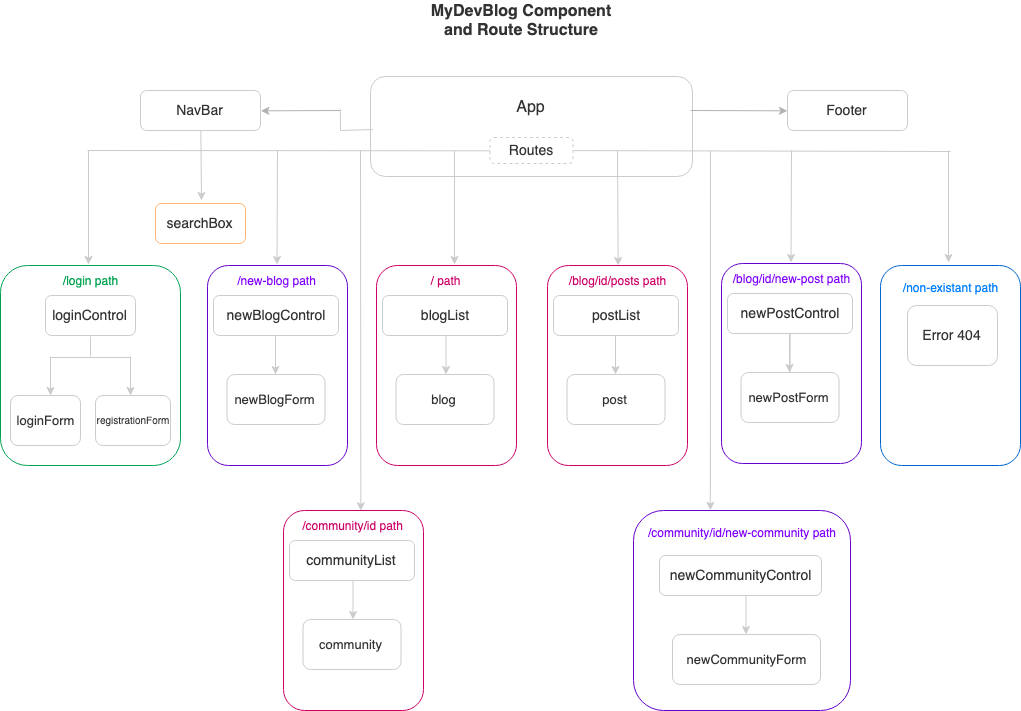
svitlanaf/React-blog keeps this draw.io diagram as component-tree-diagram.png. Above is the earlier version. Source tidied: cells renumbered, new cells last; positions are measured from the earlier drawing's top-left corner, leaving out a move shared by most shapes.
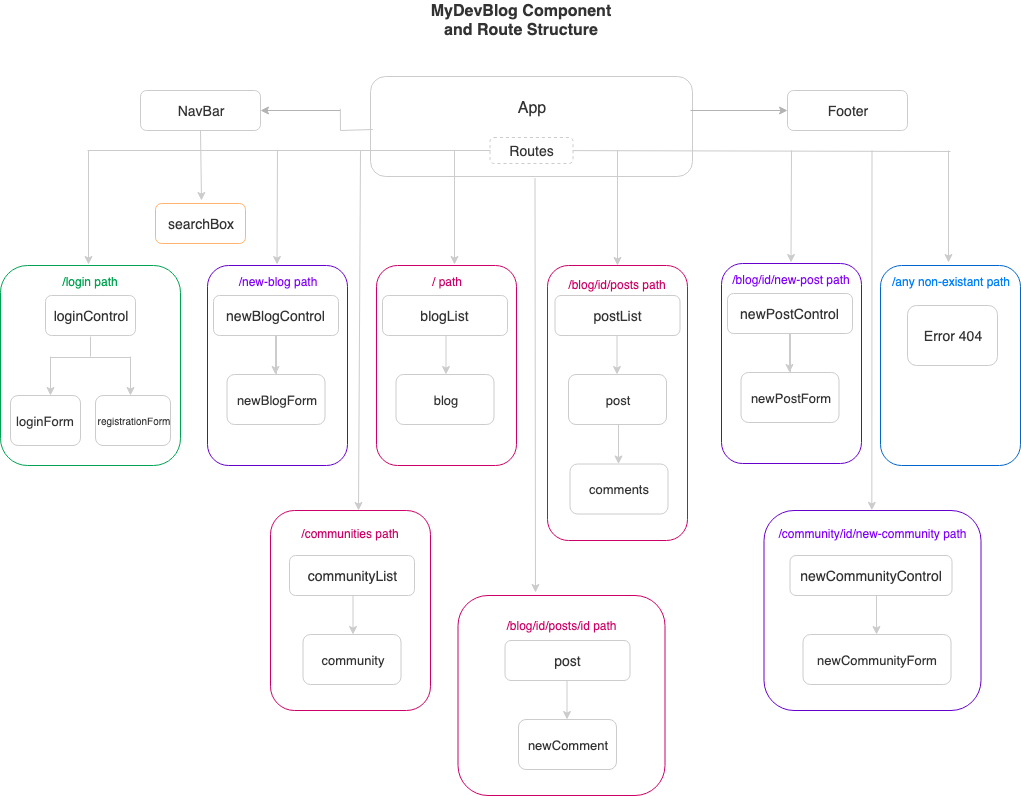
After the change.

Commit message:
Changed compotetnts tree diagram

The edit, as a diff of the source:
```diff
@@ -81,7 +81,7 @@
         <mxPoint x="276.5" y="264" as="targetPoint" />
       </mxGeometry>
     </mxCell>
-    <mxCell id="20" value="&lt;font color=&quot;#007fff&quot;&gt;/non-existant path&lt;br&gt;&lt;/font&gt;&lt;br&gt;&lt;br&gt;&lt;br&gt;&lt;br&gt;&lt;br&gt;&lt;br&gt;&lt;br&gt;&lt;br&gt;&lt;br&gt;&lt;br&gt;&lt;br&gt;" style="rounded=1;whiteSpace=wrap;html=1;fillColor=#ffffff;strokeColor=#0066CC;" parent="1" vertex="1">
+    <mxCell id="20" value="&lt;font color=&quot;#007fff&quot;&gt;/any non-existant path&lt;br&gt;&lt;/font&gt;&lt;br&gt;&lt;br&gt;&lt;br&gt;&lt;br&gt;&lt;br&gt;&lt;br&gt;&lt;br&gt;&lt;br&gt;&lt;br&gt;&lt;br&gt;&lt;br&gt;&lt;br&gt;" style="rounded=1;whiteSpace=wrap;html=1;fillColor=#ffffff;strokeColor=#0066CC;" parent="1" vertex="1">
       <mxGeometry x="880" y="265" width="140" height="200" as="geometry" />
     </mxCell>
     <mxCell id="21" value="&lt;font color=&quot;#333333&quot; style=&quot;font-size: 14px&quot;&gt;Error 404&lt;/font&gt;" style="rounded=1;whiteSpace=wrap;html=1;fillColor=#ffffff;strokeColor=#CCCCCC;" parent="1" vertex="1">
@@ -130,20 +130,20 @@
         <mxPoint x="617" y="150" as="sourcePoint" />
       </mxGeometry>
     </mxCell>
-    <mxCell id="33" value="&lt;font color=&quot;#cc0066&quot;&gt;/blog/id/posts path&lt;br&gt;&lt;/font&gt;&lt;br&gt;&lt;br&gt;&lt;br&gt;&lt;br&gt;&lt;br&gt;&lt;br&gt;&lt;br&gt;&lt;br&gt;&lt;br&gt;&lt;br&gt;&lt;br&gt;&lt;br&gt;" style="rounded=1;whiteSpace=wrap;html=1;fillColor=#ffffff;strokeColor=#CC0066;" parent="1" vertex="1">
-      <mxGeometry x="547" y="265" width="140" height="200" as="geometry" />
+    <mxCell id="33" value="&lt;font color=&quot;#cc0066&quot;&gt;/blog/id/posts path&lt;br&gt;&lt;/font&gt;&lt;br&gt;&lt;br&gt;&lt;br&gt;&lt;br&gt;&lt;br&gt;&lt;br&gt;&lt;br&gt;&lt;br&gt;&lt;br&gt;&lt;br&gt;&lt;br&gt;&lt;br&gt;&lt;br&gt;&lt;br&gt;&lt;br&gt;&lt;br&gt;&lt;br&gt;" style="rounded=1;whiteSpace=wrap;html=1;fillColor=#ffffff;strokeColor=#CC0066;" parent="1" vertex="1">
+      <mxGeometry x="547" y="265" width="140" height="275" as="geometry" />
     </mxCell>
     <mxCell id="34" value="&lt;span style=&quot;color: rgb(51 , 51 , 51) ; font-size: 14px&quot;&gt;postList&lt;/span&gt;" style="rounded=1;whiteSpace=wrap;html=1;fillColor=#ffffff;strokeColor=#CCCCCC;" parent="1" vertex="1">
-      <mxGeometry x="553" y="295" width="125" height="40" as="geometry" />
+      <mxGeometry x="554.5" y="295" width="125" height="40" as="geometry" />
     </mxCell>
     <mxCell id="35" style="endArrow=classic;html=1;strokeColor=#CCCCCC;" parent="1" edge="1">
       <mxGeometry relative="1" as="geometry">
-        <mxPoint x="615" y="335" as="sourcePoint" />
-        <mxPoint x="615" y="374" as="targetPoint" />
+        <mxPoint x="616.5" y="335" as="sourcePoint" />
+        <mxPoint x="616.5" y="374" as="targetPoint" />
       </mxGeometry>
     </mxCell>
     <mxCell id="36" value="&lt;font color=&quot;#333333&quot; style=&quot;font-size: 13px&quot;&gt;post&lt;/font&gt;" style="rounded=1;whiteSpace=wrap;html=1;fillColor=#ffffff;strokeColor=#CCCCCC;" parent="1" vertex="1">
-      <mxGeometry x="566.5" y="374" width="98" height="50" as="geometry" />
+      <mxGeometry x="568" y="374" width="98" height="50" as="geometry" />
     </mxCell>
     <mxCell id="37" value="&lt;font color=&quot;#7f00ff&quot;&gt;/blog/id/new-post path&lt;br&gt;&lt;/font&gt;&lt;br&gt;&lt;br&gt;&lt;br&gt;&lt;br&gt;&lt;br&gt;&lt;br&gt;&lt;br&gt;&lt;br&gt;&lt;br&gt;&lt;br&gt;&lt;br&gt;&lt;br&gt;" style="rounded=1;whiteSpace=wrap;html=1;fillColor=#ffffff;strokeColor=#6600CC;" parent="1" vertex="1">
       <mxGeometry x="721" y="263" width="140" height="200" as="geometry" />
@@ -210,41 +210,70 @@
         <mxPoint x="360" y="150" as="sourcePoint" />
       </mxGeometry>
     </mxCell>
-    <mxCell id="51" value="&lt;font color=&quot;#cc0066&quot;&gt;/community/id path&lt;br&gt;&lt;br&gt;&lt;br&gt;&lt;br&gt;&lt;br&gt;&lt;br&gt;&lt;br&gt;&lt;br&gt;&lt;br&gt;&lt;br&gt;&lt;br&gt;&lt;br&gt;&lt;br&gt;&lt;/font&gt;" style="rounded=1;whiteSpace=wrap;html=1;fillColor=#ffffff;strokeColor=#CC0066;" parent="1" vertex="1">
-      <mxGeometry x="283" y="510" width="140" height="200" as="geometry" />
+    <mxCell id="51" value="&lt;font color=&quot;#cc0066&quot;&gt;/communities path&lt;br&gt;&lt;br&gt;&lt;br&gt;&lt;br&gt;&lt;br&gt;&lt;br&gt;&lt;br&gt;&lt;br&gt;&lt;br&gt;&lt;br&gt;&lt;br&gt;&lt;br&gt;&lt;/font&gt;" style="rounded=1;whiteSpace=wrap;html=1;fillColor=#ffffff;strokeColor=#CC0066;" parent="1" vertex="1">
+      <mxGeometry x="270" y="510" width="160" height="200" as="geometry" />
     </mxCell>
     <mxCell id="52" value="&lt;span style=&quot;color: rgb(51 , 51 , 51) ; font-size: 14px&quot;&gt;communityList&lt;/span&gt;" style="rounded=1;whiteSpace=wrap;html=1;fillColor=#ffffff;strokeColor=#CCCCCC;" parent="1" vertex="1">
-      <mxGeometry x="289" y="540" width="125" height="40" as="geometry" />
+      <mxGeometry x="289" y="555" width="125" height="40" as="geometry" />
     </mxCell>
     <mxCell id="53" style="endArrow=classic;html=1;strokeColor=#CCCCCC;" parent="1" edge="1">
       <mxGeometry relative="1" as="geometry">
-        <mxPoint x="352.5" y="580" as="sourcePoint" />
-        <mxPoint x="352.5" y="619" as="targetPoint" />
+        <mxPoint x="352.5" y="595" as="sourcePoint" />
+        <mxPoint x="352.5" y="634" as="targetPoint" />
       </mxGeometry>
     </mxCell>
     <mxCell id="54" value="&lt;font color=&quot;#333333&quot; style=&quot;font-size: 13px&quot;&gt;community&lt;/font&gt;" style="rounded=1;whiteSpace=wrap;html=1;fillColor=#ffffff;strokeColor=#CCCCCC;" parent="1" vertex="1">
-      <mxGeometry x="302.5" y="619" width="98" height="50" as="geometry" />
+      <mxGeometry x="302.5" y="634" width="98" height="50" as="geometry" />
     </mxCell>
     <mxCell id="55" value="&lt;font color=&quot;#7f00ff&quot;&gt;/community/id/new-community path&lt;br&gt;&lt;/font&gt;&lt;br&gt;&lt;br&gt;&lt;br&gt;&lt;br&gt;&lt;br&gt;&lt;br&gt;&lt;br&gt;&lt;br&gt;&lt;br&gt;&lt;br&gt;&lt;br&gt;" style="rounded=1;whiteSpace=wrap;html=1;fillColor=#ffffff;strokeColor=#6600CC;" parent="1" vertex="1">
-      <mxGeometry x="633" y="510" width="217" height="200" as="geometry" />
+      <mxGeometry x="763.5" y="510" width="217" height="200" as="geometry" />
     </mxCell>
     <mxCell id="56" value="&lt;span style=&quot;color: rgb(51 , 51 , 51) ; font-size: 14px&quot;&gt;newCommunityControl&lt;/span&gt;" style="rounded=1;whiteSpace=wrap;html=1;fillColor=#ffffff;strokeColor=#CCCCCC;" parent="1" vertex="1">
-      <mxGeometry x="659" y="555" width="162" height="40" as="geometry" />
+      <mxGeometry x="789.5" y="555" width="162" height="40" as="geometry" />
     </mxCell>
     <mxCell id="57" style="endArrow=classic;html=1;strokeColor=#CCCCCC;" parent="1" edge="1">
       <mxGeometry relative="1" as="geometry">
-        <mxPoint x="745.5" y="595" as="sourcePoint" />
-        <mxPoint x="745.5" y="634" as="targetPoint" />
+        <mxPoint x="876" y="595" as="sourcePoint" />
+        <mxPoint x="876" y="634" as="targetPoint" />
       </mxGeometry>
     </mxCell>
     <mxCell id="58" value="&lt;font color=&quot;#333333&quot; style=&quot;font-size: 13px&quot;&gt;newCommunityForm&lt;/font&gt;" style="rounded=1;whiteSpace=wrap;html=1;fillColor=#ffffff;strokeColor=#CCCCCC;" parent="1" vertex="1">
-      <mxGeometry x="672" y="634" width="148" height="50" as="geometry" />
+      <mxGeometry x="802.5" y="634" width="148" height="50" as="geometry" />
     </mxCell>
     <mxCell id="59" style="endArrow=classic;html=1;strokeColor=#CCCCCC;entryX=0.55;entryY=0;entryDx=0;entryDy=0;entryPerimeter=0;" parent="1" edge="1">
       <mxGeometry relative="1" as="geometry">
-        <mxPoint x="710" y="150" as="sourcePoint" />
-        <mxPoint x="709.8" y="509.8" as="targetPoint" />
+        <mxPoint x="871.5" y="150" as="sourcePoint" />
+        <mxPoint x="871.3" y="509.8" as="targetPoint" />
       </mxGeometry>
     </mxCell>
+    <mxCell id="60" style="endArrow=classic;html=1;strokeColor=#CCCCCC;entryX=0.374;entryY=-0.015;entryDx=0;entryDy=0;entryPerimeter=0;" parent="1" edge="1" target="61">
+      <mxGeometry relative="1" as="geometry">
+        <mxPoint x="534.5" y="177.5" as="sourcePoint" />
+      </mxGeometry>
+    </mxCell>
+    <mxCell id="61" value="&lt;font color=&quot;#cc0066&quot;&gt;/blog/id/posts/id path&lt;br&gt;&lt;/font&gt;&lt;br&gt;&lt;br&gt;&lt;br&gt;&lt;br&gt;&lt;br&gt;&lt;br&gt;&lt;br&gt;&lt;br&gt;&lt;br&gt;&lt;br&gt;" style="rounded=1;whiteSpace=wrap;html=1;fillColor=#ffffff;strokeColor=#CC0066;" parent="1" vertex="1">
+      <mxGeometry x="457.5" y="595" width="207" height="200" as="geometry" />
+    </mxCell>
+    <mxCell id="62" value="&lt;span style=&quot;color: rgb(51 , 51 , 51) ; font-size: 14px&quot;&gt;post&lt;/span&gt;" style="rounded=1;whiteSpace=wrap;html=1;fillColor=#ffffff;strokeColor=#CCCCCC;" parent="1" vertex="1">
+      <mxGeometry x="504.5" y="640" width="125" height="40" as="geometry" />
+    </mxCell>
+    <mxCell id="63" style="endArrow=classic;html=1;strokeColor=#CCCCCC;" parent="1" edge="1">
+      <mxGeometry relative="1" as="geometry">
+        <mxPoint x="566.5" y="680" as="sourcePoint" />
+        <mxPoint x="566.5" y="719" as="targetPoint" />
+      </mxGeometry>
+    </mxCell>
+    <mxCell id="64" value="&lt;font color=&quot;#333333&quot; style=&quot;font-size: 13px&quot;&gt;newComment&lt;/font&gt;" style="rounded=1;whiteSpace=wrap;html=1;fillColor=#ffffff;strokeColor=#CCCCCC;" parent="1" vertex="1">
+      <mxGeometry x="518" y="719" width="98" height="50" as="geometry" />
+    </mxCell>
+    <mxCell id="65" style="endArrow=classic;html=1;strokeColor=#CCCCCC;" parent="1" edge="1">
+      <mxGeometry relative="1" as="geometry">
+        <mxPoint x="618" y="424.5" as="sourcePoint" />
+        <mxPoint x="618" y="463.5" as="targetPoint" />
+      </mxGeometry>
+    </mxCell>
+    <mxCell id="66" value="&lt;font color=&quot;#333333&quot; style=&quot;font-size: 13px&quot;&gt;comments&lt;/font&gt;" style="rounded=1;whiteSpace=wrap;html=1;fillColor=#ffffff;strokeColor=#CCCCCC;" parent="1" vertex="1">
+      <mxGeometry x="569.5" y="463.5" width="98" height="50" as="geometry" />
+    </mxCell>
   </root>
 </mxGraphModel>
```
